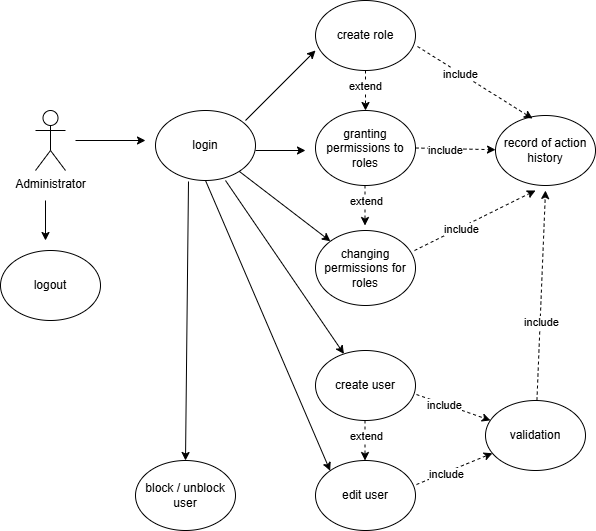
RockPiryt/EnerLink keeps this draw.io diagram as documentation/images/use_case_user_management.png. Above is the earlier version. Source tidied: cells renumbered, new cells last; positions are measured from the earlier drawing's top-left corner, leaving out a move shared by most shapes.
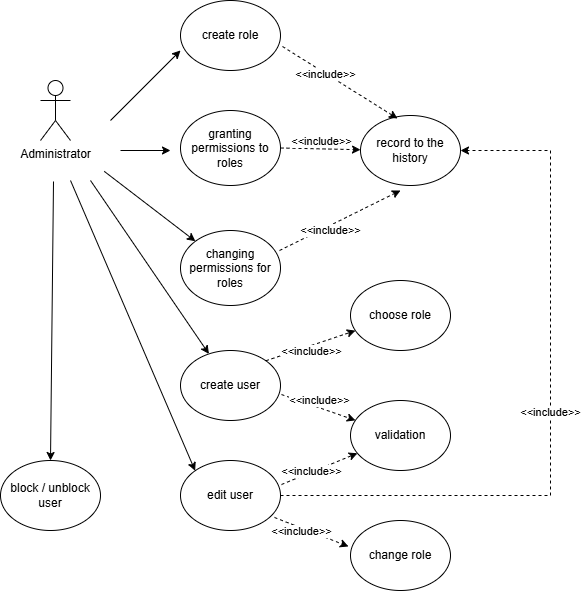
Above is the later version.

Diff of the diagram source:
```diff
@@ -3,26 +3,8 @@
     <mxCell id="0" />
     <mxCell id="1" parent="0" />
     <mxCell id="2" value="Administrator" style="shape=umlActor;verticalLabelPosition=bottom;verticalAlign=top;html=1;" parent="1" vertex="1">
-      <mxGeometry x="35" y="110" width="30" height="60" as="geometry" />
+      <mxGeometry x="175" y="80" width="30" height="60" as="geometry" />
     </mxCell>
-    <mxCell id="3" value="login" style="ellipse;whiteSpace=wrap;html=1;" parent="1" vertex="1">
-      <mxGeometry x="155" y="110" width="100" height="70" as="geometry" />
-    </mxCell>
-    <mxCell id="4" style="endArrow=classic;html=1;rounded=0;" parent="1" edge="1">
-      <mxGeometry relative="1" as="geometry">
-        <mxPoint x="75" y="140" as="sourcePoint" />
-        <mxPoint x="145" y="140" as="targetPoint" />
-      </mxGeometry>
-    </mxCell>
-    <mxCell id="5" value="logout" style="ellipse;whiteSpace=wrap;html=1;" parent="1" vertex="1">
-      <mxGeometry y="250" width="100" height="70" as="geometry" />
-    </mxCell>
-    <mxCell id="6" style="endArrow=classic;html=1;rounded=0;" parent="1" edge="1">
-      <mxGeometry relative="1" as="geometry">
-        <mxPoint x="45" y="200" as="sourcePoint" />
-        <mxPoint x="45" y="240" as="targetPoint" />
-      </mxGeometry>
-    </mxCell>
     <mxCell id="7" value="create role" style="ellipse;whiteSpace=wrap;html=1;" parent="1" vertex="1">
       <mxGeometry x="315" width="100" height="70" as="geometry" />
     </mxCell>
@@ -34,14 +16,6 @@
     <mxCell id="9" value="granting permissions to roles" style="ellipse;whiteSpace=wrap;html=1;" parent="1" vertex="1">
       <mxGeometry x="315" y="110" width="100" height="75" as="geometry" />
     </mxCell>
-    <mxCell id="10" style="endArrow=classic;html=1;rounded=0;entryX=0.5;entryY=0;entryDx=0;entryDy=0;dashed=1;" parent="1" edge="1" target="9">
-      <mxGeometry relative="1" as="geometry">
-        <mxPoint x="365" y="70" as="sourcePoint" />
-      </mxGeometry>
-    </mxCell>
-    <mxCell id="11" value="extend" style="edgeLabel;html=1;align=center;verticalAlign=middle;" parent="10" vertex="1">
-      <mxGeometry x="-0.25" y="-1" relative="1" as="geometry" />
-    </mxCell>
     <mxCell id="12" style="endArrow=classic;html=1;rounded=0;" parent="1" edge="1">
       <mxGeometry relative="1" as="geometry">
         <mxPoint x="255" y="150" as="sourcePoint" />
@@ -51,27 +25,18 @@
     <mxCell id="13" value="changing permissions for roles" style="ellipse;whiteSpace=wrap;html=1;" parent="1" vertex="1">
       <mxGeometry x="315" y="230" width="100" height="75" as="geometry" />
     </mxCell>
-    <mxCell id="14" style="endArrow=classic;html=1;rounded=0;" parent="1" edge="1" source="3" target="13">
-      <mxGeometry relative="1" as="geometry" />
+    <mxCell id="14" style="endArrow=classic;html=1;rounded=0;" parent="1" edge="1" target="13">
+      <mxGeometry relative="1" as="geometry">
+        <mxPoint x="238.7" y="170.8" as="sourcePoint" />
+      </mxGeometry>
     </mxCell>
-    <mxCell id="15" style="endArrow=classic;html=1;rounded=0;entryX=0.5;entryY=0;entryDx=0;entryDy=0;dashed=1;" parent="1" edge="1">
-      <mxGeometry relative="1" as="geometry">
-        <mxPoint x="364.5" y="185" as="sourcePoint" />
-        <mxPoint x="364.5" y="225" as="targetPoint" />
-      </mxGeometry>
-    </mxCell>
-    <mxCell id="16" value="extend" style="edgeLabel;html=1;align=center;verticalAlign=middle;" parent="15" vertex="1">
-      <mxGeometry x="-0.25" y="-1" relative="1" as="geometry">
-        <mxPoint x="2" as="offset" />
-      </mxGeometry>
-    </mxCell>
-    <mxCell id="17" value="record of action history" style="ellipse;whiteSpace=wrap;html=1;" parent="1" vertex="1">
+    <mxCell id="17" value="record to the history" style="ellipse;whiteSpace=wrap;html=1;" parent="1" vertex="1">
       <mxGeometry x="495" y="115" width="100" height="70" as="geometry" />
     </mxCell>
     <mxCell id="18" style="endArrow=classic;html=1;rounded=0;entryX=0.37;entryY=0.043;entryDx=0;entryDy=0;dashed=1;exitX=1.02;exitY=0.657;exitDx=0;exitDy=0;exitPerimeter=0;entryPerimeter=0;" parent="1" edge="1" source="7" target="17">
       <mxGeometry relative="1" as="geometry" />
     </mxCell>
-    <mxCell id="19" value="include" style="edgeLabel;html=1;align=center;verticalAlign=middle;" parent="18" vertex="1">
+    <mxCell id="19" value="&amp;lt;&amp;lt;include&amp;gt;&amp;gt;" style="edgeLabel;html=1;align=center;verticalAlign=middle;" parent="18" vertex="1">
       <mxGeometry x="-0.25" y="-1" relative="1" as="geometry" />
     </mxCell>
     <mxCell id="20" style="endArrow=classic;html=1;rounded=0;dashed=1;exitX=0.99;exitY=0.267;exitDx=0;exitDy=0;exitPerimeter=0;" parent="1" edge="1" source="13">
@@ -79,15 +44,9 @@
         <mxPoint x="535" y="190" as="targetPoint" />
       </mxGeometry>
     </mxCell>
-    <mxCell id="21" value="include" style="edgeLabel;html=1;align=center;verticalAlign=middle;" parent="20" vertex="1">
-      <mxGeometry x="-0.25" y="-1" relative="1" as="geometry" />
-    </mxCell>
     <mxCell id="22" style="endArrow=classic;html=1;rounded=0;dashed=1;exitX=1;exitY=0.5;exitDx=0;exitDy=0;" parent="1" edge="1" source="9" target="17">
       <mxGeometry relative="1" as="geometry" />
     </mxCell>
-    <mxCell id="23" value="include" style="edgeLabel;html=1;align=center;verticalAlign=middle;" parent="22" vertex="1">
-      <mxGeometry x="-0.25" y="-1" relative="1" as="geometry" />
-    </mxCell>
     <mxCell id="24" value="create user" style="ellipse;whiteSpace=wrap;html=1;" parent="1" vertex="1">
       <mxGeometry x="315" y="350" width="100" height="70" as="geometry" />
     </mxCell>
@@ -97,48 +56,71 @@
     <mxCell id="26" value="edit user" style="ellipse;whiteSpace=wrap;html=1;" parent="1" vertex="1">
       <mxGeometry x="315" y="460" width="100" height="70" as="geometry" />
     </mxCell>
-    <mxCell id="27" style="endArrow=classic;html=1;rounded=0;exitX=0.7;exitY=1;exitDx=0;exitDy=0;exitPerimeter=0;" parent="1" edge="1" source="3" target="24">
-      <mxGeometry relative="1" as="geometry" />
+    <mxCell id="27" style="endArrow=classic;html=1;rounded=0;exitX=0.7;exitY=1;exitDx=0;exitDy=0;exitPerimeter=0;" parent="1" edge="1" target="24">
+      <mxGeometry relative="1" as="geometry">
+        <mxPoint x="225" y="180" as="sourcePoint" />
+      </mxGeometry>
     </mxCell>
     <mxCell id="28" style="endArrow=classic;html=1;rounded=0;dashed=1;exitX=1.01;exitY=0.629;exitDx=0;exitDy=0;exitPerimeter=0;" parent="1" edge="1" source="24" target="25">
       <mxGeometry relative="1" as="geometry" />
     </mxCell>
-    <mxCell id="29" value="include" style="edgeLabel;html=1;align=center;verticalAlign=middle;" parent="28" vertex="1">
-      <mxGeometry x="-0.25" y="-1" relative="1" as="geometry" />
-    </mxCell>
     <mxCell id="30" style="endArrow=classic;html=1;rounded=0;dashed=1;exitX=1.01;exitY=0.343;exitDx=0;exitDy=0;exitPerimeter=0;" parent="1" edge="1" source="26" target="25">
       <mxGeometry relative="1" as="geometry" />
     </mxCell>
-    <mxCell id="31" value="include" style="edgeLabel;html=1;align=center;verticalAlign=middle;" parent="30" vertex="1">
-      <mxGeometry x="-0.25" y="-1" relative="1" as="geometry" />
-    </mxCell>
-    <mxCell id="32" style="endArrow=classic;html=1;rounded=0;dashed=1;" parent="1" edge="1" source="25">
-      <mxGeometry relative="1" as="geometry">
-        <mxPoint x="545" y="190" as="targetPoint" />
-      </mxGeometry>
-    </mxCell>
-    <mxCell id="33" value="include" style="edgeLabel;html=1;align=center;verticalAlign=middle;" parent="32" vertex="1">
-      <mxGeometry x="-0.25" y="-1" relative="1" as="geometry" />
-    </mxCell>
-    <mxCell id="34" style="endArrow=classic;html=1;rounded=0;exitX=0.5;exitY=1;exitDx=0;exitDy=0;entryX=0;entryY=0;entryDx=0;entryDy=0;" parent="1" edge="1" source="3" target="26">
-      <mxGeometry relative="1" as="geometry" />
+    <mxCell id="34" style="endArrow=classic;html=1;rounded=0;exitX=0.5;exitY=1;exitDx=0;exitDy=0;entryX=0;entryY=0;entryDx=0;entryDy=0;" parent="1" edge="1" target="26">
+      <mxGeometry relative="1" as="geometry">
+        <mxPoint x="205" y="180" as="sourcePoint" />
+      </mxGeometry>
     </mxCell>
-    <mxCell id="35" style="endArrow=classic;html=1;rounded=0;entryX=0.5;entryY=0;entryDx=0;entryDy=0;dashed=1;" parent="1" edge="1">
-      <mxGeometry relative="1" as="geometry">
-        <mxPoint x="364.5" y="420" as="sourcePoint" />
-        <mxPoint x="364.5" y="460" as="targetPoint" />
-      </mxGeometry>
-    </mxCell>
-    <mxCell id="36" value="extend" style="edgeLabel;html=1;align=center;verticalAlign=middle;" parent="35" vertex="1">
-      <mxGeometry x="-0.25" y="-1" relative="1" as="geometry">
-        <mxPoint x="2" as="offset" />
-      </mxGeometry>
-    </mxCell>
     <mxCell id="37" value="block / unblock user" style="ellipse;whiteSpace=wrap;html=1;" parent="1" vertex="1">
       <mxGeometry x="135" y="460" width="100" height="70" as="geometry" />
     </mxCell>
-    <mxCell id="38" style="endArrow=classic;html=1;rounded=0;exitX=0.33;exitY=1.014;exitDx=0;exitDy=0;exitPerimeter=0;entryX=0.5;entryY=0;entryDx=0;entryDy=0;" parent="1" edge="1" source="3" target="37">
-      <mxGeometry relative="1" as="geometry" />
+    <mxCell id="38" style="endArrow=classic;html=1;rounded=0;exitX=0.33;exitY=1.014;exitDx=0;exitDy=0;exitPerimeter=0;entryX=0.5;entryY=0;entryDx=0;entryDy=0;" parent="1" edge="1" target="37">
+      <mxGeometry relative="1" as="geometry">
+        <mxPoint x="188" y="181" as="sourcePoint" />
+      </mxGeometry>
     </mxCell>
+    <mxCell id="39" value="choose role" style="ellipse;whiteSpace=wrap;html=1;" parent="1" vertex="1">
+      <mxGeometry x="485" y="280" width="100" height="70" as="geometry" />
+    </mxCell>
+    <mxCell id="40" style="endArrow=classic;html=1;rounded=0;dashed=1;exitX=1;exitY=0;exitDx=0;exitDy=0;" parent="1" edge="1" source="24" target="39">
+      <mxGeometry relative="1" as="geometry" />
+    </mxCell>
+    <mxCell id="41" value="change role" style="ellipse;whiteSpace=wrap;html=1;" parent="1" vertex="1">
+      <mxGeometry x="485" y="520" width="100" height="70" as="geometry" />
+    </mxCell>
+    <mxCell id="42" style="endArrow=classic;html=1;rounded=0;dashed=1;exitX=0.94;exitY=0.814;exitDx=0;exitDy=0;exitPerimeter=0;entryX=-0.02;entryY=0.371;entryDx=0;entryDy=0;entryPerimeter=0;" parent="1" edge="1" source="26" target="41">
+      <mxGeometry relative="1" as="geometry" />
+    </mxCell>
+    <mxCell id="43" value="&amp;lt;&amp;lt;include&amp;gt;&amp;gt;" style="endArrow=classic;html=1;rounded=0;exitX=1;exitY=0.5;exitDx=0;exitDy=0;entryX=1;entryY=0.5;entryDx=0;entryDy=0;dashed=1;" parent="1" edge="1" source="26" target="17">
+      <mxGeometry relative="1" as="geometry">
+        <Array as="points">
+          <mxPoint x="685" y="495" />
+          <mxPoint x="685" y="150" />
+        </Array>
+      </mxGeometry>
+    </mxCell>
+    <mxCell id="44" value="&amp;lt;&amp;lt;include&amp;gt;&amp;gt;" style="edgeLabel;html=1;align=center;verticalAlign=middle;" parent="1" vertex="1">
+      <mxGeometry x="455" y="140" as="geometry" />
+    </mxCell>
+    <mxCell id="45" value="&amp;lt;&amp;lt;include&amp;gt;&amp;gt;" style="edgeLabel;html=1;align=center;verticalAlign=middle;" parent="1" vertex="1">
+      <mxGeometry x="475" y="210" as="geometry">
+        <mxPoint x="-11" y="19" as="offset" />
+      </mxGeometry>
+    </mxCell>
+    <mxCell id="46" value="&amp;lt;&amp;lt;include&amp;gt;&amp;gt;" style="edgeLabel;html=1;align=center;verticalAlign=middle;" parent="1" vertex="1">
+      <mxGeometry x="445" y="350" as="geometry" />
+    </mxCell>
+    <mxCell id="47" value="&amp;lt;&amp;lt;include&amp;gt;&amp;gt;" style="edgeLabel;html=1;align=center;verticalAlign=middle;" parent="1" vertex="1">
+      <mxGeometry x="445" y="400" as="geometry">
+        <mxPoint x="8" y="-1" as="offset" />
+      </mxGeometry>
+    </mxCell>
+    <mxCell id="48" value="&amp;lt;&amp;lt;include&amp;gt;&amp;gt;" style="edgeLabel;html=1;align=center;verticalAlign=middle;" parent="1" vertex="1">
+      <mxGeometry x="445" y="470" as="geometry" />
+    </mxCell>
+    <mxCell id="49" value="&amp;lt;&amp;lt;include&amp;gt;&amp;gt;" style="edgeLabel;html=1;align=center;verticalAlign=middle;" parent="1" vertex="1">
+      <mxGeometry x="435" y="530" as="geometry" />
+    </mxCell>
   </root>
 </mxGraphModel>
```
